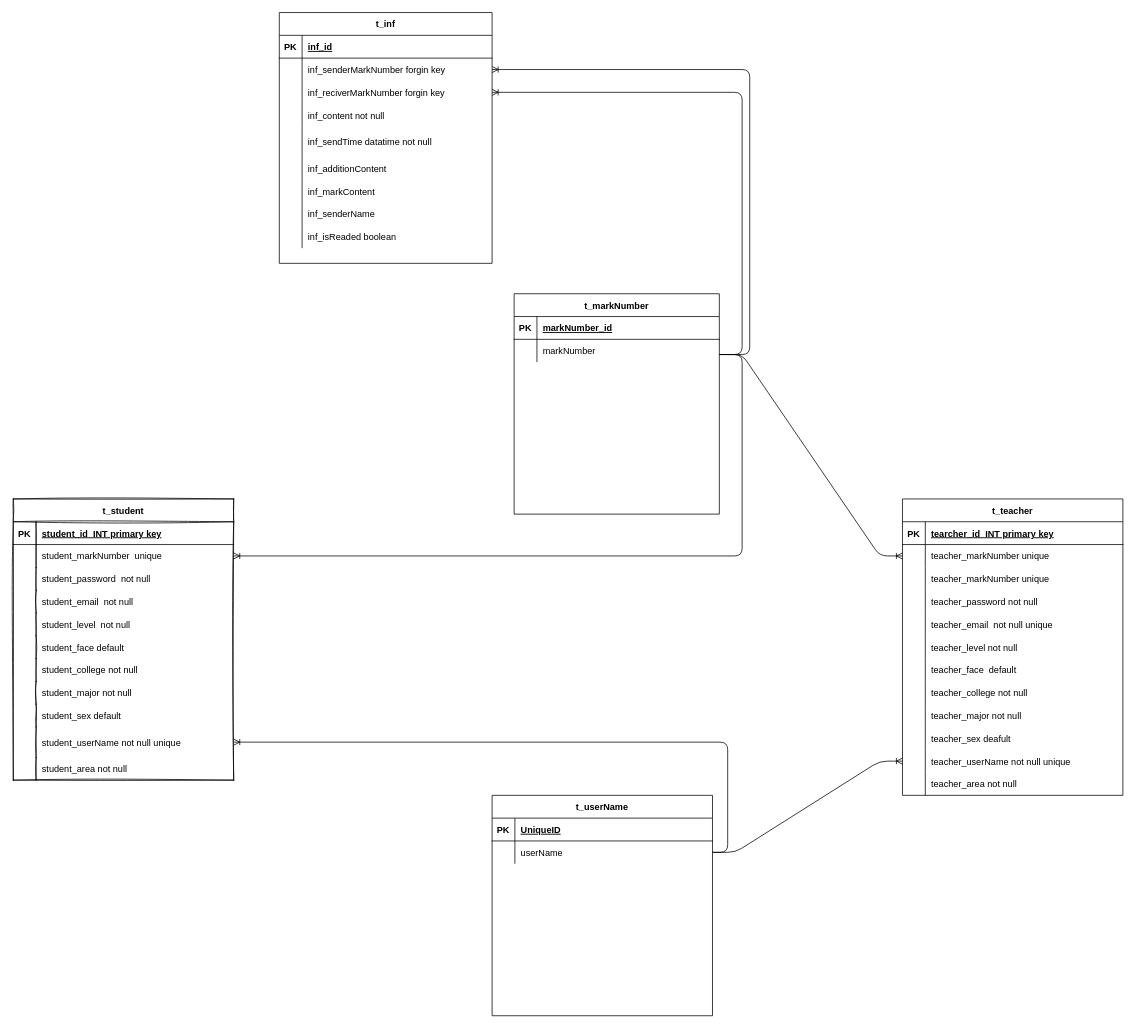
Above: img/databaseER.drawio in Florence-y/UniversityMutualPlatform (draw.io), before the change. Source tidied: cells renumbered, new cells numbered last; positions are measured from the earlier drawing's top-left corner, leaving out a move shared by most shapes. Both pictures are drawn from the tidied source at 76%, with x=0, y=0 at pixel (13, 12).
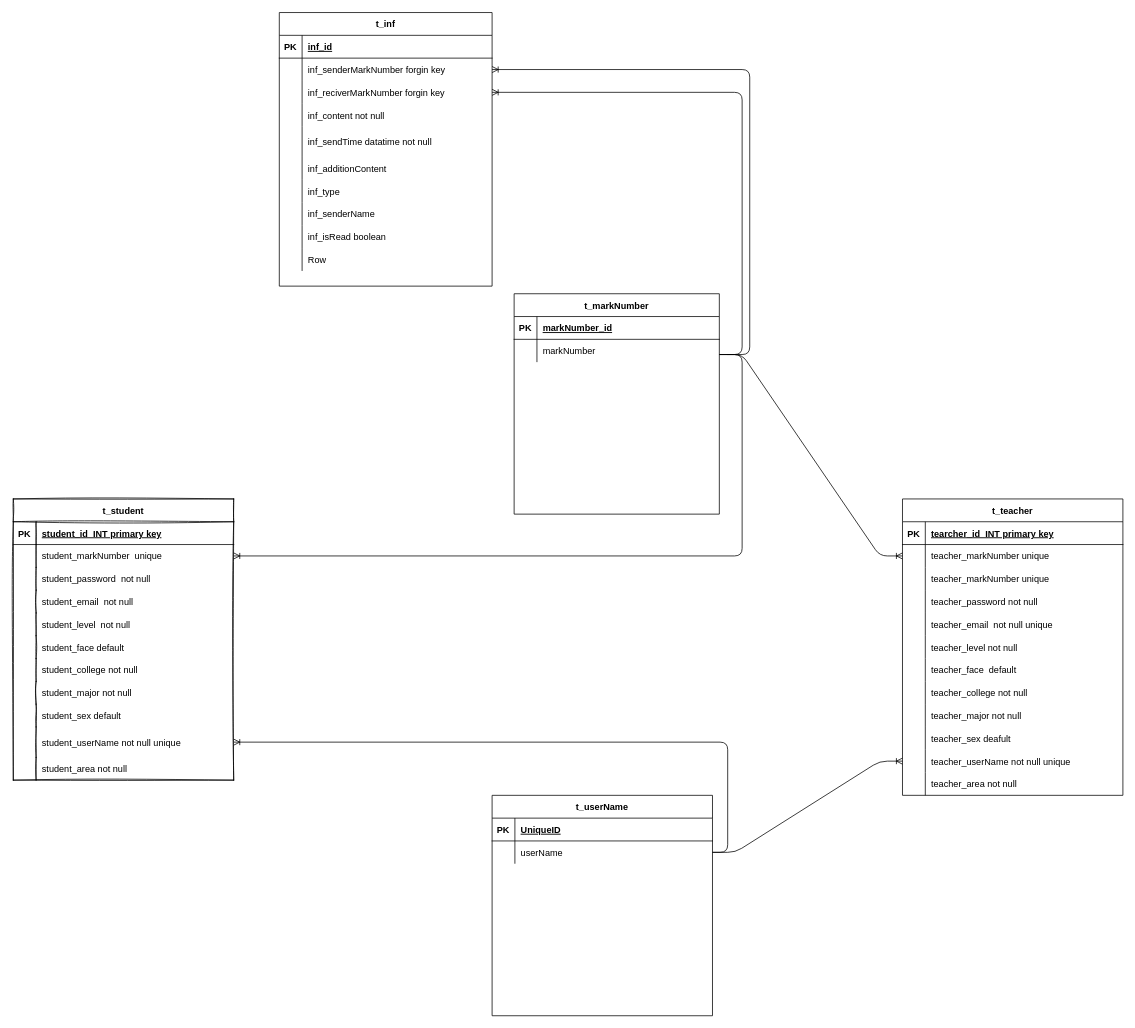
The same page after the edit.

The change refers to these unchanged cells:
```xml
<mxCell id="118" style="shape=partialRectangle;fillColor=none;top=0;left=0;bottom=0;right=0;" parent="99" vertex="1">
  <mxGeometry y="220" width="280" height="30" as="geometry" />
</mxCell>
<mxCell id="124" style="shape=partialRectangle;fillColor=none;top=0;left=0;bottom=0;right=0;" parent="99" vertex="1">
  <mxGeometry y="280" width="280" height="30" as="geometry" />
</mxCell>
```

Change to the diagram source:
```diff
@@
     <mxCell id="99" value="t_inf" style="shape=table;startSize=30;childLayout=tableLayout;rowLines=0;fontStyle=1;align=center;" parent="1" vertex="1">
-      <mxGeometry x="350" width="280" height="330" as="geometry" />
+      <mxGeometry x="350" width="280" height="360" as="geometry" />
     </mxCell>
@@
-    <mxCell id="120" value="inf_markContent" style="shape=partialRectangle;fillColor=none;top=0;left=0;bottom=0;right=0;align=left;spacingLeft=6;overflow=hidden;" parent="118" vertex="1">
+    <mxCell id="120" value="inf_type" style="shape=partialRectangle;fillColor=none;top=0;left=0;bottom=0;right=0;align=left;spacingLeft=6;overflow=hidden;" parent="118" vertex="1">
       <mxGeometry x="30" width="250" height="30" as="geometry" />
     </mxCell>
@@
-    <mxCell id="126" value="inf_isReaded boolean" style="shape=partialRectangle;fillColor=none;top=0;left=0;bottom=0;right=0;align=left;spacingLeft=6;overflow=hidden;" parent="124" vertex="1">
+    <mxCell id="126" value="inf_isRead boolean" style="shape=partialRectangle;fillColor=none;top=0;left=0;bottom=0;right=0;align=left;spacingLeft=6;overflow=hidden;" parent="124" vertex="1">
       <mxGeometry x="30" width="250" height="30" as="geometry" />
     </mxCell>
+    <mxCell id="127" style="shape=partialRectangle;fillColor=none;top=0;left=0;bottom=0;right=0;" parent="99" vertex="1">
+      <mxGeometry y="310" width="280" height="30" as="geometry" />
+    </mxCell>
+    <mxCell id="128" style="shape=partialRectangle;fillColor=none;top=0;left=0;bottom=0;right=0;overflow=hidden;" parent="127" vertex="1">
+      <mxGeometry width="30" height="30" as="geometry" />
+    </mxCell>
+    <mxCell id="129" value="Row" style="shape=partialRectangle;fillColor=none;top=0;left=0;bottom=0;right=0;align=left;spacingLeft=6;overflow=hidden;" parent="127" vertex="1">
+      <mxGeometry x="30" width="250" height="30" as="geometry" />
+    </mxCell>
```
